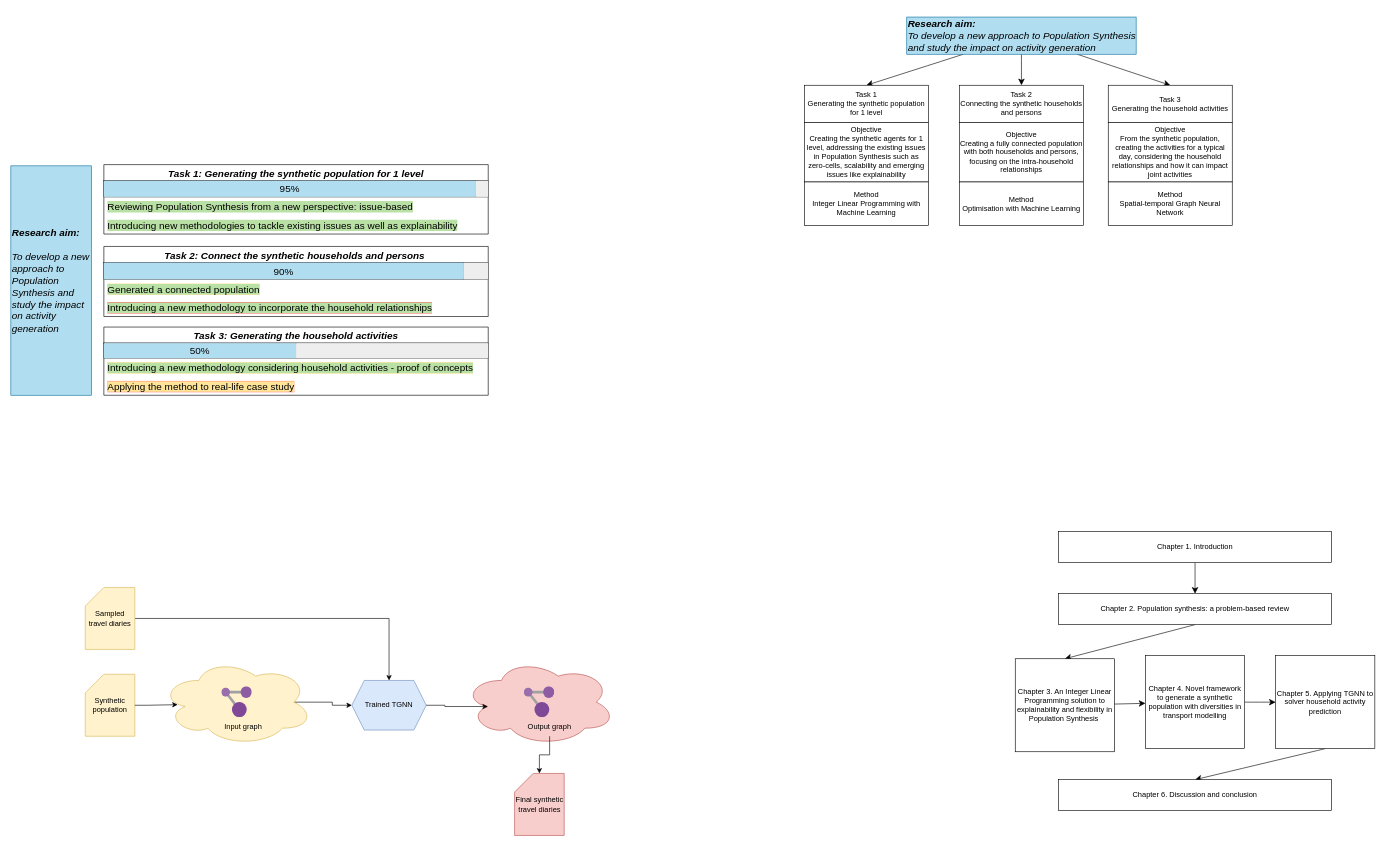
This is general_drawio/Progress_review.drawio from bobkatla/PopSyn_Monash, a draw.io file, before an edit. Source tidied: cells renumbered, new cells numbered last; positions are measured from the earlier drawing's top-left corner, leaving out a move shared by most shapes. Both pictures are drawn from the tidied source at 62%, with x=0, y=0 at pixel (11, 17).
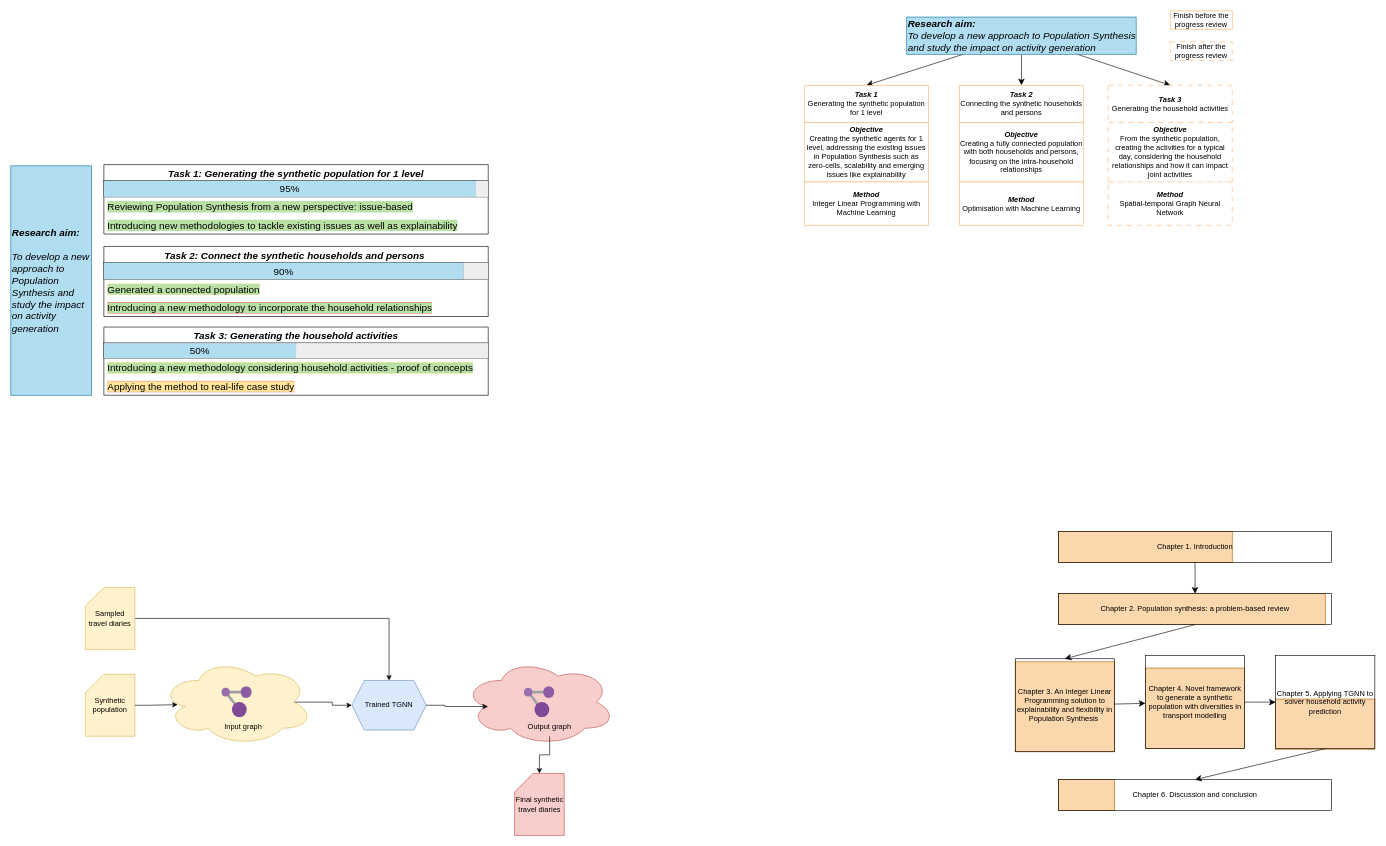
The same diagram, later.

What changed in the source:
```diff
@@
+    <mxCell id="63" style="rounded=0;whiteSpace=wrap;html=1;fillColor=#fad7ac;strokeColor=#b46504;" parent="1" vertex="1">
+      <mxGeometry x="1690" y="1230" width="90" height="50" as="geometry" />
+    </mxCell>
+    <mxCell id="64" style="rounded=0;whiteSpace=wrap;html=1;fillColor=#fad7ac;strokeColor=#b46504;" parent="1" vertex="1">
+      <mxGeometry x="1690" y="930" width="430" height="50" as="geometry" />
+    </mxCell>
+    <mxCell id="65" style="rounded=0;whiteSpace=wrap;html=1;fillColor=#fad7ac;strokeColor=#b46504;" parent="1" vertex="1">
+      <mxGeometry x="1690" y="830" width="280" height="50" as="geometry" />
+    </mxCell>
+    <mxCell id="66" style="rounded=0;whiteSpace=wrap;html=1;fillColor=#fad7ac;strokeColor=#b46504;" parent="1" vertex="1">
+      <mxGeometry x="2040" y="1100" width="160" height="81" as="geometry" />
+    </mxCell>
+    <mxCell id="67" style="rounded=0;whiteSpace=wrap;html=1;fillColor=#fad7ac;strokeColor=#b46504;" parent="1" vertex="1">
+      <mxGeometry x="1830" y="1050" width="160" height="130" as="geometry" />
+    </mxCell>
+    <mxCell id="68" style="rounded=0;whiteSpace=wrap;html=1;fillColor=#fad7ac;strokeColor=#b46504;" parent="1" vertex="1">
+      <mxGeometry x="1620" y="1040" width="160" height="145" as="geometry" />
+    </mxCell>
@@
-    <mxCell id="40" value="Chapter 1. Introduction" style="rounded=0;whiteSpace=wrap;html=1;" parent="1" vertex="1">
+    <mxCell id="40" value="Chapter 1. Introduction" style="rounded=0;whiteSpace=wrap;html=1;fillColor=none;" parent="1" vertex="1">
       <mxGeometry x="1690" y="830" width="440" height="50" as="geometry" />
     </mxCell>
@@
-    <mxCell id="42" value="Chapter 2. Population synthesis: a problem-based review" style="rounded=0;whiteSpace=wrap;html=1;" parent="1" vertex="1">
+    <mxCell id="42" value="Chapter 2. Population synthesis: a problem-based review" style="rounded=0;whiteSpace=wrap;html=1;fillColor=none;" parent="1" vertex="1">
       <mxGeometry x="1690" y="930" width="440" height="50" as="geometry" />
     </mxCell>
@@
-    <mxCell id="44" value="Chapter 3. An Integer Linear Programming solution to explainability and flexibility in Population Synthesis&amp;nbsp;" style="rounded=0;whiteSpace=wrap;html=1;" parent="1" vertex="1">
+    <mxCell id="44" value="Chapter 3. An Integer Linear Programming solution to explainability and flexibility in Population Synthesis&amp;nbsp;" style="rounded=0;whiteSpace=wrap;html=1;fillColor=none;" parent="1" vertex="1">
       <mxGeometry x="1620" y="1035" width="160" height="150" as="geometry" />
     </mxCell>
@@
-    <mxCell id="46" value="Chapter 4. Novel framework to generate a synthetic population with diversities in transport modelling" style="rounded=0;whiteSpace=wrap;html=1;" parent="1" vertex="1">
+    <mxCell id="46" value="Chapter 4. Novel framework to generate a synthetic population with diversities in transport modelling" style="rounded=0;whiteSpace=wrap;html=1;fillColor=none;" parent="1" vertex="1">
       <mxGeometry x="1830" y="1030" width="160" height="150" as="geometry" />
     </mxCell>
@@
-    <mxCell id="48" value="Chapter 5. Applying TGNN to solver household activity prediction" style="rounded=0;whiteSpace=wrap;html=1;" parent="1" vertex="1">
+    <mxCell id="48" value="Chapter 5. Applying TGNN to solver household activity prediction" style="rounded=0;whiteSpace=wrap;html=1;fillColor=none;" parent="1" vertex="1">
       <mxGeometry x="2040" y="1030" width="160" height="150" as="geometry" />
     </mxCell>
-    <mxCell id="49" value="Chapter 6. Discussion and conclusion" style="rounded=0;whiteSpace=wrap;html=1;" parent="1" vertex="1">
+    <mxCell id="49" value="Chapter 6. Discussion and conclusion" style="rounded=0;whiteSpace=wrap;html=1;fillColor=none;" parent="1" vertex="1">
       <mxGeometry x="1690" y="1230" width="440" height="50" as="geometry" />
     </mxCell>
@@
-    <mxCell id="54" value="Task 1&lt;div&gt;Generating the synthetic population for 1 level&lt;/div&gt;" style="whiteSpace=wrap;html=1;" parent="1" vertex="1">
+    <mxCell id="54" value="&lt;b&gt;&lt;i&gt;Task 1&lt;/i&gt;&lt;/b&gt;&lt;div&gt;Generating the synthetic population for 1 level&lt;/div&gt;" style="whiteSpace=wrap;html=1;strokeColor=#FFB570;" parent="1" vertex="1">
       <mxGeometry x="1280" y="110" width="200" height="60" as="geometry" />
     </mxCell>
-    <mxCell id="55" value="Task 2&lt;div&gt;Connecting the synthetic households and persons&lt;/div&gt;" style="whiteSpace=wrap;html=1;" parent="1" vertex="1">
+    <mxCell id="55" value="&lt;b&gt;&lt;i&gt;Task 2&lt;/i&gt;&lt;/b&gt;&lt;div&gt;Connecting the synthetic households and persons&lt;/div&gt;" style="whiteSpace=wrap;html=1;strokeColor=#FFB570;" parent="1" vertex="1">
       <mxGeometry x="1530" y="110" width="200" height="60" as="geometry" />
     </mxCell>
-    <mxCell id="56" value="Task 3&lt;div&gt;Generating the household activities&lt;/div&gt;" style="whiteSpace=wrap;html=1;" parent="1" vertex="1">
+    <mxCell id="56" value="&lt;b&gt;&lt;i&gt;Task 3&lt;/i&gt;&lt;/b&gt;&lt;div&gt;Generating the household activities&lt;/div&gt;" style="whiteSpace=wrap;html=1;strokeColor=#FFB570;dashed=1;dashPattern=8 8;" parent="1" vertex="1">
       <mxGeometry x="1770" y="110" width="200" height="60" as="geometry" />
     </mxCell>
-    <mxCell id="57" value="Objective&lt;div&gt;Creating the synthetic agents for 1 level, addressing the existing issues in Population Synthesis such as zero-cells, scalability and emerging issues like explainability&lt;/div&gt;" style="whiteSpace=wrap;html=1;" parent="1" vertex="1">
+    <mxCell id="57" value="&lt;b&gt;&lt;i&gt;Objective&lt;/i&gt;&lt;/b&gt;&lt;div&gt;Creating the synthetic agents for 1 level, addressing the existing issues in Population Synthesis such as zero-cells, scalability and emerging issues like explainability&lt;/div&gt;" style="whiteSpace=wrap;html=1;strokeColor=#FFB570;" parent="1" vertex="1">
       <mxGeometry x="1280" y="170" width="200" height="96" as="geometry" />
     </mxCell>
-    <mxCell id="58" value="Objective&lt;div&gt;Creating a fully connected population with both households and persons, focusing on the intra-household relationships&lt;/div&gt;" style="whiteSpace=wrap;html=1;" parent="1" vertex="1">
+    <mxCell id="58" value="&lt;b&gt;&lt;i&gt;Objective&lt;/i&gt;&lt;/b&gt;&lt;div&gt;Creating a fully connected population with both households and persons, focusing on the intra-household relationships&lt;/div&gt;" style="whiteSpace=wrap;html=1;strokeColor=#FFB570;" parent="1" vertex="1">
       <mxGeometry x="1530" y="170" width="200" height="96" as="geometry" />
     </mxCell>
-    <mxCell id="59" value="Objective&lt;div&gt;From the synthetic population, creating the activities for a typical day, considering the household relationships and how it can impact joint activities&lt;/div&gt;" style="whiteSpace=wrap;html=1;" parent="1" vertex="1">
+    <mxCell id="59" value="&lt;b&gt;&lt;i&gt;Objective&lt;/i&gt;&lt;/b&gt;&lt;div&gt;From the synthetic population, creating the activities for a typical day, considering the household relationships and how it can impact joint activities&lt;/div&gt;" style="whiteSpace=wrap;html=1;strokeColor=#FFB570;dashed=1;dashPattern=8 8;" parent="1" vertex="1">
       <mxGeometry x="1770" y="170" width="200" height="96" as="geometry" />
     </mxCell>
-    <mxCell id="60" value="Method&lt;div&gt;Integer Linear Programming with Machine Learning&lt;/div&gt;" style="whiteSpace=wrap;html=1;" parent="1" vertex="1">
+    <mxCell id="60" value="&lt;b&gt;&lt;i&gt;Method&lt;/i&gt;&lt;/b&gt;&lt;div&gt;Integer Linear Programming with Machine Learning&lt;/div&gt;" style="whiteSpace=wrap;html=1;strokeColor=#FFB570;" parent="1" vertex="1">
       <mxGeometry x="1280" y="266" width="200" height="70" as="geometry" />
     </mxCell>
-    <mxCell id="61" value="Method&lt;div&gt;Optimisation with Machine Learning&lt;/div&gt;" style="whiteSpace=wrap;html=1;" parent="1" vertex="1">
+    <mxCell id="61" value="&lt;b&gt;&lt;i&gt;Method&lt;/i&gt;&lt;/b&gt;&lt;div&gt;Optimisation with Machine Learning&lt;/div&gt;" style="whiteSpace=wrap;html=1;strokeColor=#FFB570;" parent="1" vertex="1">
       <mxGeometry x="1530" y="266" width="200" height="70" as="geometry" />
     </mxCell>
-    <mxCell id="62" value="Method&lt;div&gt;Spatial-temporal Graph Neural &amp;nbsp;Network&amp;nbsp;&lt;/div&gt;" style="whiteSpace=wrap;html=1;" parent="1" vertex="1">
+    <mxCell id="62" value="&lt;b&gt;&lt;i style=&quot;&quot;&gt;Method&lt;/i&gt;&lt;/b&gt;&lt;div&gt;Spatial-temporal Graph Neural &amp;nbsp;Network&amp;nbsp;&lt;/div&gt;" style="whiteSpace=wrap;html=1;strokeColor=#FFB570;dashed=1;dashPattern=8 8;" parent="1" vertex="1">
       <mxGeometry x="1770" y="266" width="200" height="70" as="geometry" />
     </mxCell>
+    <mxCell id="69" value="Finish before the progress review" style="rounded=0;whiteSpace=wrap;html=1;strokeColor=#FFB570;" parent="1" vertex="1">
+      <mxGeometry x="1870" y="-10" width="100" height="30" as="geometry" />
+    </mxCell>
+    <mxCell id="70" value="Finish after the progress review" style="rounded=0;whiteSpace=wrap;html=1;strokeColor=#FFB570;dashed=1;dashPattern=8 8;" parent="1" vertex="1">
+      <mxGeometry x="1870" y="40" width="100" height="30" as="geometry" />
+    </mxCell>
```
